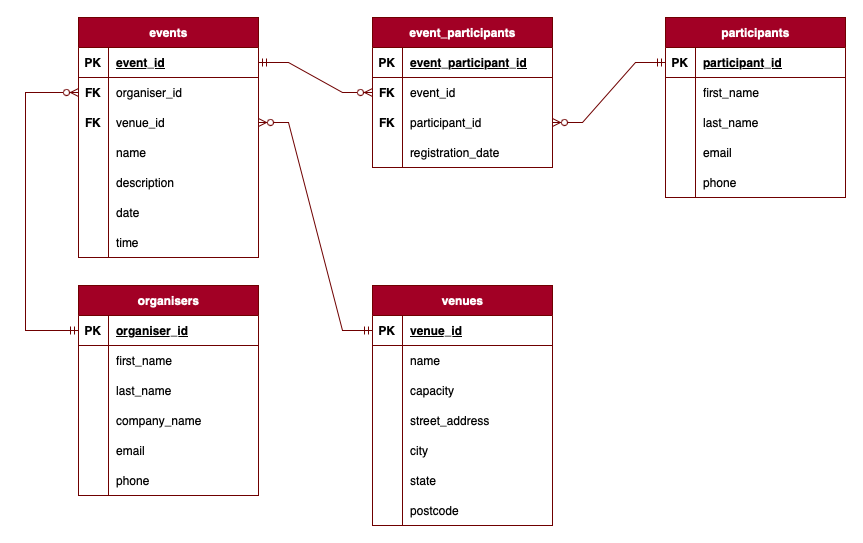
Before: images/ERD.png, a diagram exported from draw.io (Donjella/event_web_api). Source tidied: cells renumbered, new cells last; positions are measured from the earlier drawing's top-left corner, leaving out a move shared by most shapes.
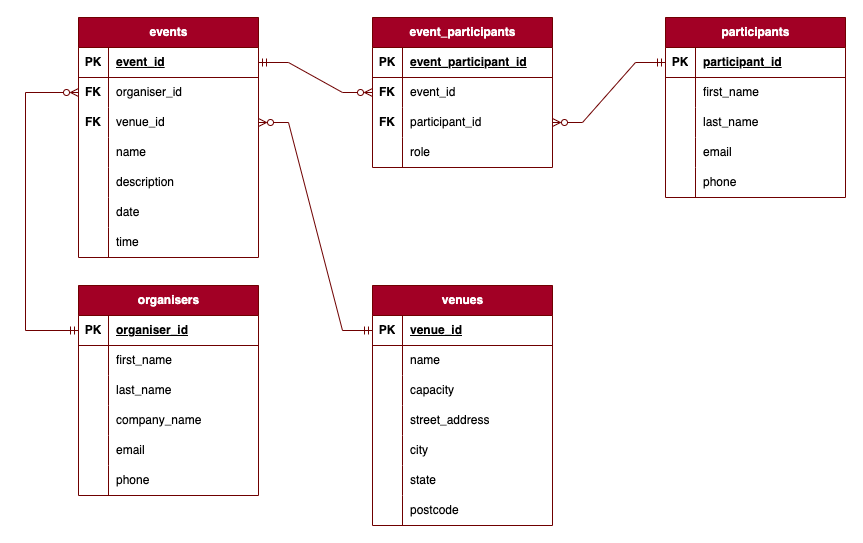
After the commit.

Commit message:
Update ERD in readme to update role attribute in event_participant entity

Diff of the diagram source:
```diff
@@ -161,7 +161,7 @@
     <mxCell id="54" style="shape=partialRectangle;fillColor=none;top=0;left=0;bottom=0;right=0;overflow=hidden;whiteSpace=wrap;html=1;labelBackgroundColor=none;strokeColor=#6F0000;" parent="53" vertex="1">
       <mxGeometry width="30" height="30" as="geometry" />
     </mxCell>
-    <mxCell id="55" value="registration_date" style="shape=partialRectangle;fillColor=none;top=0;left=0;bottom=0;right=0;align=left;spacingLeft=6;overflow=hidden;whiteSpace=wrap;html=1;labelBackgroundColor=none;strokeColor=#6F0000;" parent="53" vertex="1">
+    <mxCell id="55" value="role" style="shape=partialRectangle;fillColor=none;top=0;left=0;bottom=0;right=0;align=left;spacingLeft=6;overflow=hidden;whiteSpace=wrap;html=1;labelBackgroundColor=none;strokeColor=#6F0000;" parent="53" vertex="1">
       <mxGeometry x="30" width="150" height="30" as="geometry" />
     </mxCell>
     <mxCell id="56" value="participants" style="shape=table;startSize=30;rowLines=0;fontStyle=1;align=center;html=1;labelBackgroundColor=none;fillColor=#a20025;fontColor=#ffffff;strokeColor=#6F0000;" parent="1" vertex="1">
```
